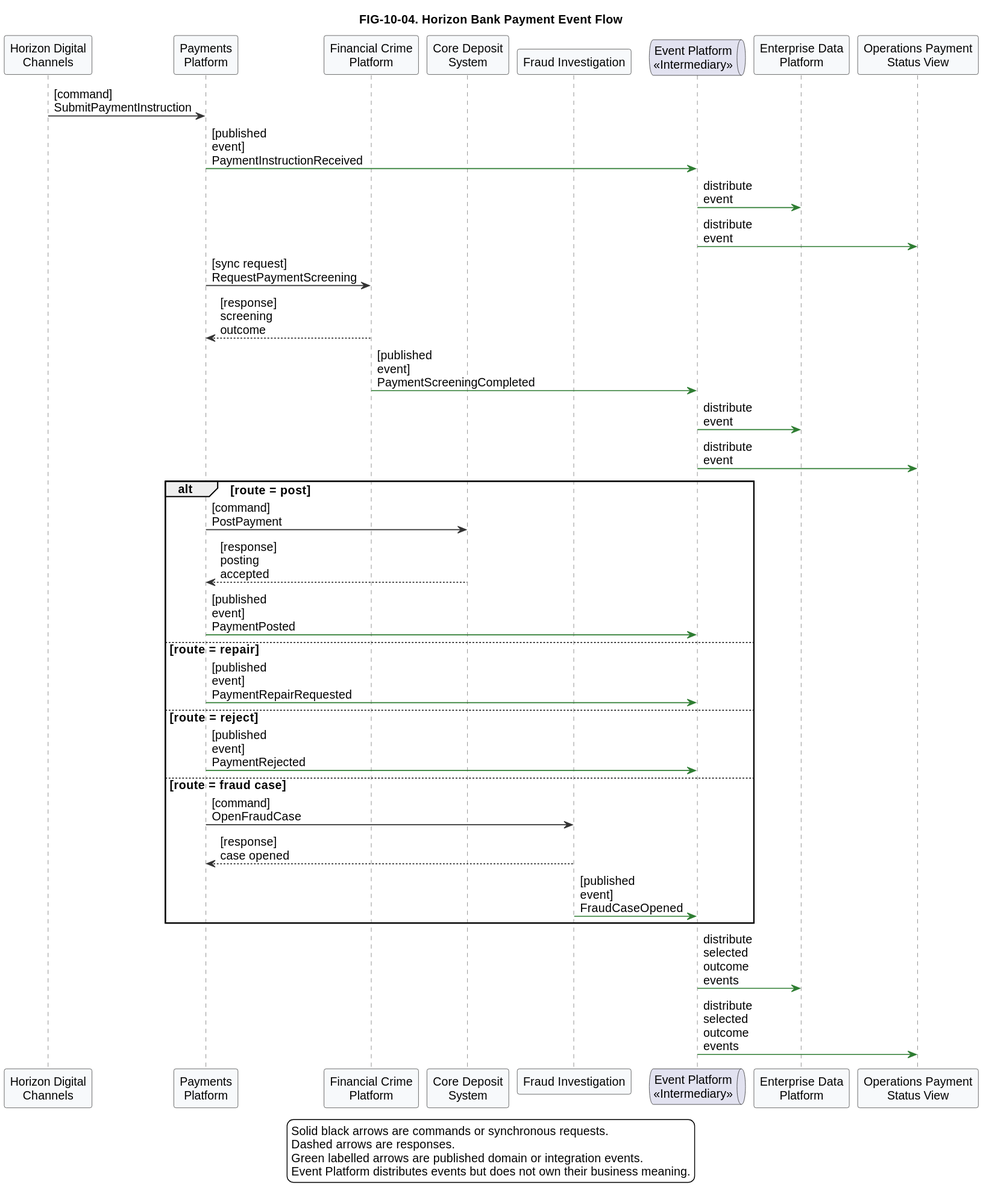
nishikanttiwari01/Architecture_Modelling keeps this PlantUML diagram as diagrams/exported/svg/FIG-10-04-horizon-bank-payment-event-flow.svg. Above is the earlier version.
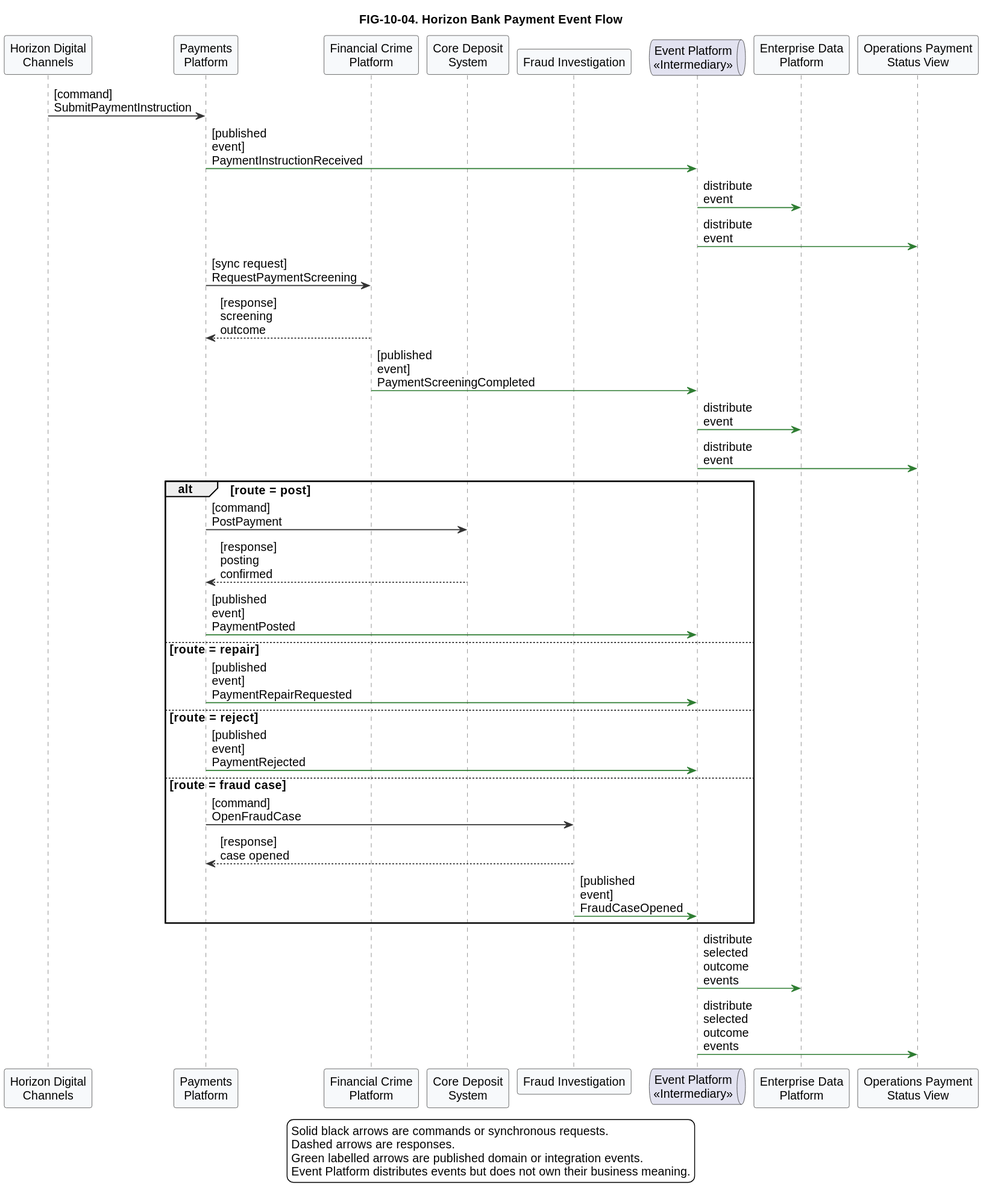
The same diagram one commit later.

Commit message:
docs(ch10): approve domain and event modelling chapter

Change to the diagram source:
```diff
@@ -34,7 +34,7 @@
 
 alt route = post
   Payments -> Core : [command]\nPostPayment
-  Core --> Payments : [response]\nposting accepted
+  Core --> Payments : [response]\nposting confirmed
   Payments -[#2E7D32]> EventPlatform : [published event]\nPaymentPosted
 else route = repair
   Payments -[#2E7D32]> EventPlatform : [published event]\nPaymentRepairRequested
```
